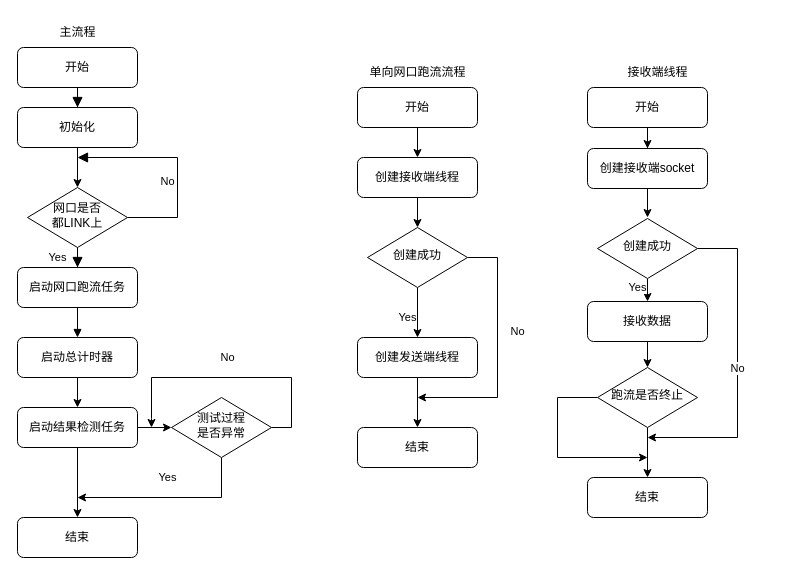
Before: a300.drawio in waterwatermelon/graph, a draw.io diagram. Source tidied: cells renumbered, new cells numbered last; positions are measured from the earlier drawing's top-left corner, leaving out a move shared by most shapes. Both pictures are drawn from the tidied source at 100%, with x=0, y=0 at pixel (17, 17).
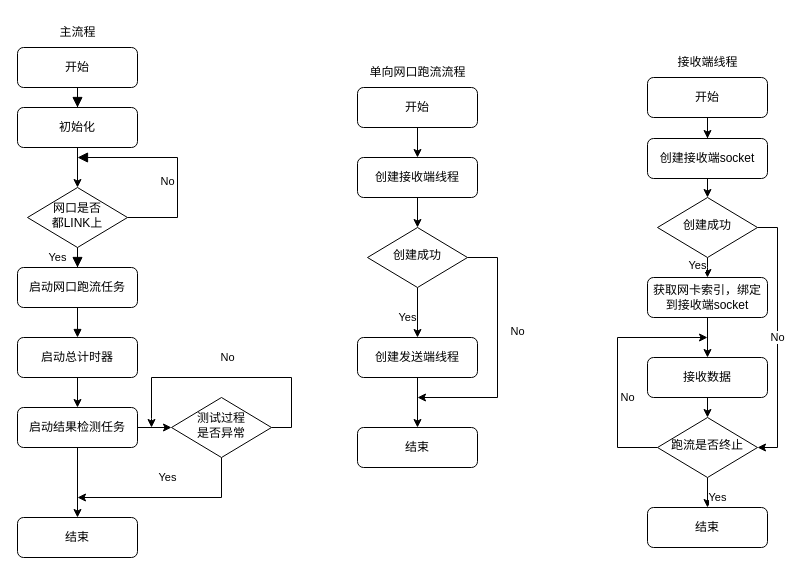
The same page after the edit.

Diff of the diagram source:
```diff
@@
     <mxCell id="32" value="接收端线程" style="text;html=1;align=center;verticalAlign=middle;strokeColor=none;fillColor=none;" parent="1" vertex="1">
-      <mxGeometry x="600" y="40" width="80" height="30" as="geometry" />
+      <mxGeometry x="650" y="30" width="80" height="30" as="geometry" />
     </mxCell>
@@
     <mxCell id="34" value="开始" style="rounded=1;whiteSpace=wrap;html=1;fontSize=12;glass=0;strokeWidth=1;shadow=0;" parent="1" vertex="1">
-      <mxGeometry x="570" y="70" width="120" height="40" as="geometry" />
+      <mxGeometry x="630" y="60" width="120" height="40" as="geometry" />
     </mxCell>
-    <mxCell id="35" style="edgeStyle=orthogonalEdgeStyle;rounded=0;jettySize=auto;html=1;exitX=0.5;exitY=1;exitDx=0;exitDy=0;" parent="1" edge="1" source="36">
-      <mxGeometry relative="1" as="geometry">
-        <mxPoint x="630" y="200" as="targetPoint" />
-      </mxGeometry>
-    </mxCell>
     <mxCell id="36" value="创建接收端socket" style="rounded=1;whiteSpace=wrap;html=1;fontSize=12;glass=0;strokeWidth=1;shadow=0;" parent="1" vertex="1">
-      <mxGeometry x="570" y="131" width="120" height="40" as="geometry" />
+      <mxGeometry x="630" y="121" width="120" height="40" as="geometry" />
     </mxCell>
-    <mxCell id="37" value="Yes" style="edgeStyle=orthogonalEdgeStyle;rounded=0;jettySize=auto;html=1;exitX=0.5;exitY=1;exitDx=0;exitDy=0;entryX=0.5;entryY=0;entryDx=0;entryDy=0;" parent="1" edge="1" source="39" target="42">
+    <mxCell id="37" value="Yes" style="edgeStyle=orthogonalEdgeStyle;rounded=0;jettySize=auto;html=1;exitX=0.5;exitY=1;exitDx=0;exitDy=0;entryX=0.5;entryY=0;entryDx=0;entryDy=0;" parent="1" edge="1" source="39" target="47">
       <mxGeometry x="-0.22" y="-10" relative="1" as="geometry">
         <Array as="points">
-          <mxPoint x="630" y="280" />
-          <mxPoint x="630" y="280" />
+          <mxPoint x="690" y="250" />
         </Array>
       </mxGeometry>
     </mxCell>
-    <mxCell id="38" value="No" style="edgeStyle=orthogonalEdgeStyle;rounded=0;jettySize=auto;html=1;exitX=1;exitY=0.5;exitDx=0;exitDy=0;" parent="1" edge="1" source="39">
+    <mxCell id="38" value="No" style="edgeStyle=orthogonalEdgeStyle;rounded=0;jettySize=auto;html=1;exitX=1;exitY=0.5;exitDx=0;exitDy=0;entryX=1;entryY=0.5;entryDx=0;entryDy=0;" parent="1" edge="1" source="39" target="45">
       <mxGeometry relative="1" as="geometry">
-        <mxPoint x="630" y="420" as="targetPoint" />
         <Array as="points">
-          <mxPoint x="720" y="231" />
-          <mxPoint x="720" y="420" />
+          <mxPoint x="760" y="210" />
+          <mxPoint x="760" y="430" />
         </Array>
       </mxGeometry>
     </mxCell>
     <mxCell id="39" value="创建成功" style="rhombus;whiteSpace=wrap;html=1;shadow=0;fontFamily=Helvetica;fontSize=12;align=center;strokeWidth=1;spacing=6;spacingTop=-4;" parent="1" vertex="1">
-      <mxGeometry x="580" y="201" width="100" height="60" as="geometry" />
+      <mxGeometry x="640" y="180" width="100" height="60" as="geometry" />
     </mxCell>
     <mxCell id="40" value="结束" style="rounded=1;whiteSpace=wrap;html=1;fontSize=12;glass=0;strokeWidth=1;shadow=0;" parent="1" vertex="1">
-      <mxGeometry x="570" y="460" width="120" height="40" as="geometry" />
+      <mxGeometry x="630" y="490" width="120" height="40" as="geometry" />
     </mxCell>
@@
     <mxCell id="42" value="接收数据" style="rounded=1;whiteSpace=wrap;html=1;fontSize=12;glass=0;strokeWidth=1;shadow=0;" parent="1" vertex="1">
-      <mxGeometry x="570" y="284" width="120" height="40" as="geometry" />
+      <mxGeometry x="630" y="340" width="120" height="40" as="geometry" />
     </mxCell>
-    <mxCell id="43" style="edgeStyle=orthogonalEdgeStyle;rounded=0;jettySize=auto;html=1;" parent="1" edge="1" source="45" target="40">
-      <mxGeometry relative="1" as="geometry" />
+    <mxCell id="43" value="Yes" style="edgeStyle=orthogonalEdgeStyle;rounded=0;jettySize=auto;html=1;" parent="1" edge="1" source="45" target="40">
+      <mxGeometry x="-0.2" y="-10" relative="1" as="geometry" />
     </mxCell>
-    <mxCell id="44" style="edgeStyle=orthogonalEdgeStyle;rounded=0;jettySize=auto;html=1;exitX=0;exitY=0.5;exitDx=0;exitDy=0;" parent="1" edge="1" source="45">
-      <mxGeometry relative="1" as="geometry">
-        <mxPoint x="630" y="440" as="targetPoint" />
+    <mxCell id="44" value="No" style="edgeStyle=orthogonalEdgeStyle;rounded=0;jettySize=auto;html=1;exitX=0;exitY=0.5;exitDx=0;exitDy=0;" parent="1" edge="1" source="45">
+      <mxGeometry x="-0.25" y="-10" relative="1" as="geometry">
+        <mxPoint x="690" y="320" as="targetPoint" />
         <Array as="points">
-          <mxPoint x="540" y="380" />
-          <mxPoint x="540" y="440" />
-          <mxPoint x="631" y="440" />
+          <mxPoint x="600" y="430" />
+          <mxPoint x="600" y="320" />
         </Array>
       </mxGeometry>
     </mxCell>
     <mxCell id="45" value="跑流是否终止" style="rhombus;whiteSpace=wrap;html=1;shadow=0;fontFamily=Helvetica;fontSize=12;align=center;strokeWidth=1;spacing=6;spacingTop=-4;" parent="1" vertex="1">
-      <mxGeometry x="580" y="350" width="100" height="60" as="geometry" />
+      <mxGeometry x="640" y="400" width="100" height="60" as="geometry" />
     </mxCell>
+    <mxCell id="46" style="edgeStyle=orthogonalEdgeStyle;rounded=0;jettySize=auto;html=1;" parent="1" edge="1" source="47" target="42">
+      <mxGeometry relative="1" as="geometry" />
+    </mxCell>
+    <mxCell id="47" value="获取网卡索引，绑定到接收端socket" style="rounded=1;whiteSpace=wrap;html=1;fontSize=12;glass=0;strokeWidth=1;shadow=0;" parent="1" vertex="1">
+      <mxGeometry x="630" y="260" width="120" height="40" as="geometry" />
+    </mxCell>
+    <mxCell id="48" style="edgeStyle=orthogonalEdgeStyle;rounded=0;jettySize=auto;html=1;exitX=0.5;exitY=1;exitDx=0;exitDy=0;entryX=0.5;entryY=0;entryDx=0;entryDy=0;" parent="1" edge="1" source="36" target="39">
+      <mxGeometry relative="1" as="geometry" />
+    </mxCell>
```
